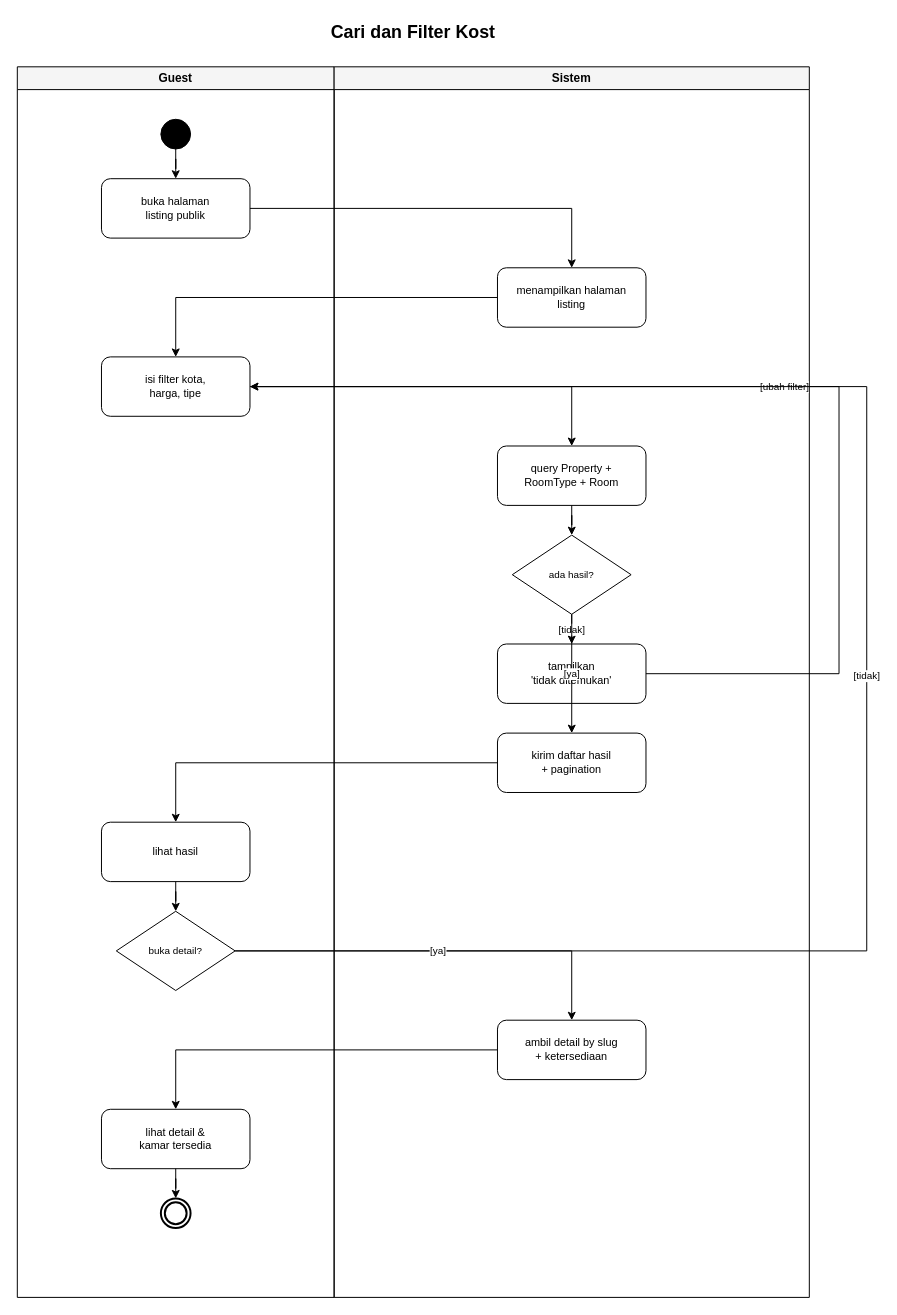
Above: page "4. Cari & Filter Kost (Listing Publik)" (4 of 11) of docs/diagram/Activity-Ngekost.drawio in nfl-alvis/NgeKos (draw.io), before the change. Source tidied: cells renumbered, new cells numbered last; positions are measured from the earlier drawing's top-left corner, leaving out a move shared by most shapes. Both pictures are drawn from the tidied source at 99%, with x=0, y=0 at pixel (17, 17).
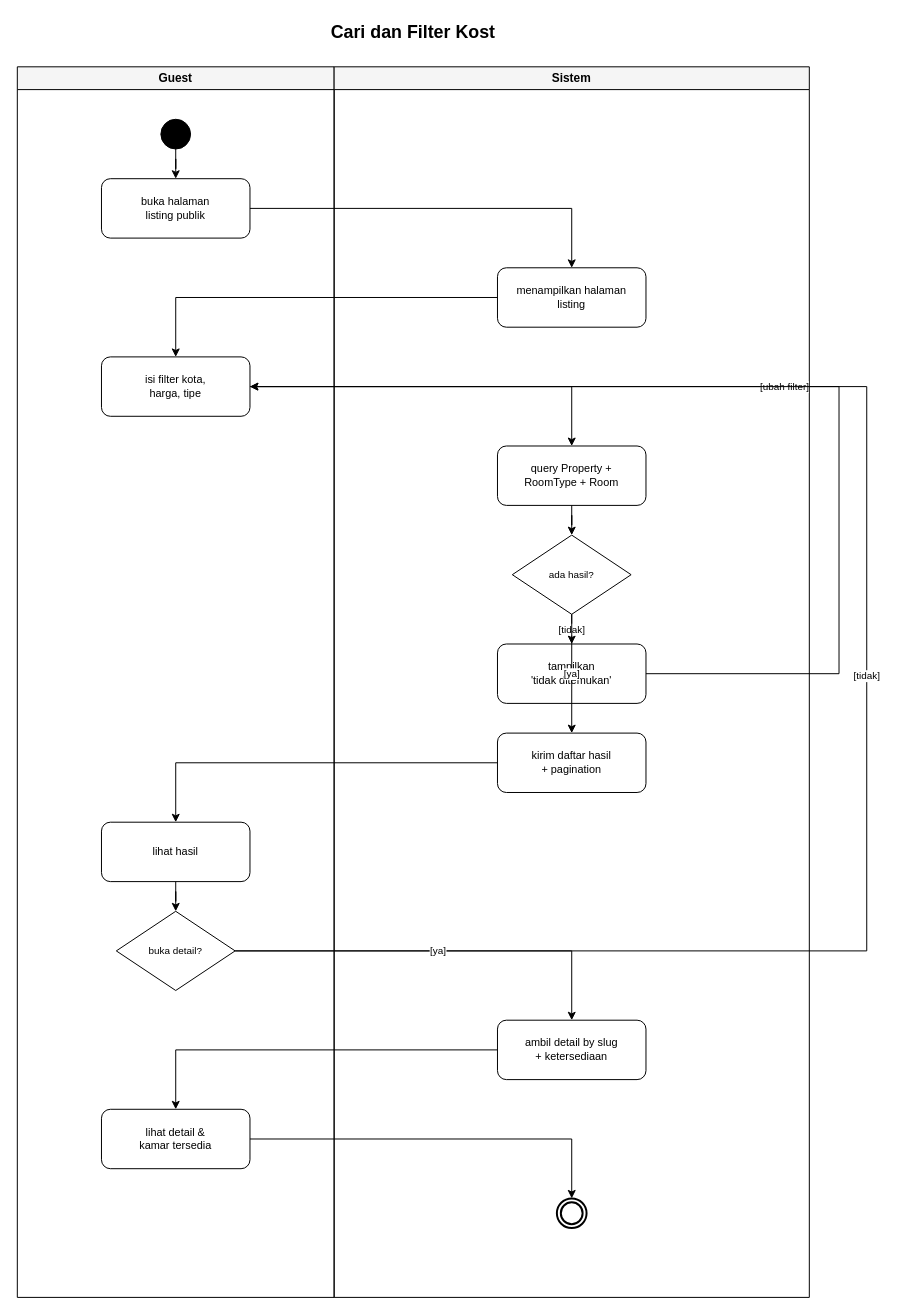
Above is the later version.

The change refers to these unchanged cells:
```xml
<mxCell id="3" value="Guest" style="swimlane;whiteSpace=wrap;html=1;startSize=23;horizontal=1;fontStyle=1;fontSize=12;fillColor=#f5f5f5;strokeColor=#000000;" parent="1" vertex="1">
  <mxGeometry y="50" width="320" height="1243" as="geometry" />
</mxCell>
<mxCell id="4" value="Sistem" style="swimlane;whiteSpace=wrap;html=1;startSize=23;horizontal=1;fontStyle=1;fontSize=12;fillColor=#f5f5f5;strokeColor=#000000;" parent="1" vertex="1">
  <mxGeometry x="320" y="50" width="480" height="1243" as="geometry" />
</mxCell>
<mxCell id="16" value="lihat detail &amp;&#10;kamar tersedia" style="rounded=1;whiteSpace=wrap;html=1;fillColor=#FFFFFF;strokeColor=#000000;fontSize=11;" parent="3" vertex="1">
  <mxGeometry x="85" y="1053" width="150" height="60" as="geometry" />
</mxCell>
```

What changed in the source:
```diff
@@
-    <mxCell id="17" style="ellipse;html=1;shape=endState;fillColor=#FFFFFF;strokeColor=#000000;strokeWidth=2;" parent="3" vertex="1">
-      <mxGeometry x="145" y="1143" width="30" height="30" as="geometry" />
+    <mxCell id="17" style="ellipse;html=1;shape=endState;fillColor=#FFFFFF;strokeColor=#000000;strokeWidth=2;" parent="4" vertex="1">
+      <mxGeometry x="225" y="1143" width="30" height="30" as="geometry" />
     </mxCell>
@@
-    <mxCell id="31" style="edgeStyle=orthogonalEdgeStyle;rounded=0;jettySize=auto;html=1;strokeColor=#000000;fontSize=10;" parent="3" edge="1" source="16" target="17">
+    <mxCell id="31" style="edgeStyle=orthogonalEdgeStyle;rounded=0;jettySize=auto;html=1;strokeColor=#000000;fontSize=10;" parent="1" edge="1" source="16" target="17">
       <mxGeometry relative="1" as="geometry" />
     </mxCell>
```
